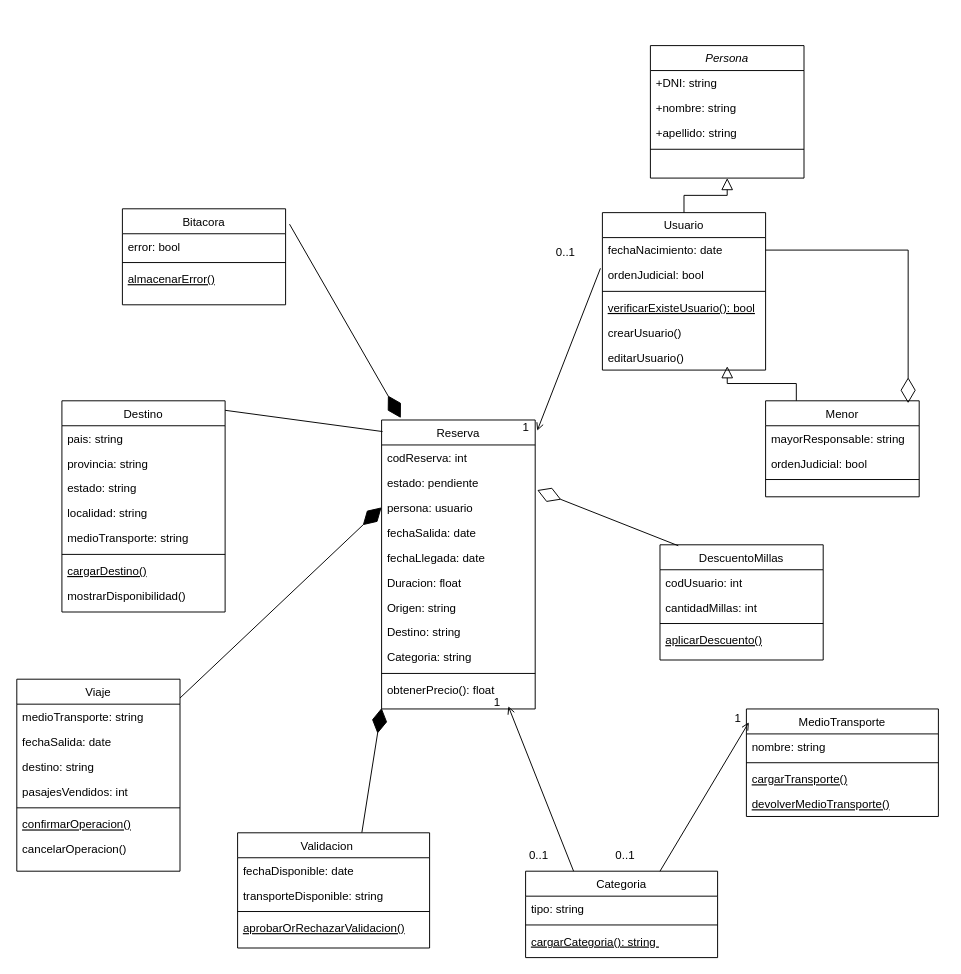
The draw.io diagram diagrama clases examen AyDSII.drawio in phoenix1179/BD, before the edit. Source tidied: cells renumbered, new cells numbered last; positions are measured from the earlier drawing's top-left corner, leaving out a move shared by most shapes. Both pictures are drawn from the tidied source at 96%, with x=0, y=0 at pixel (16, 45).
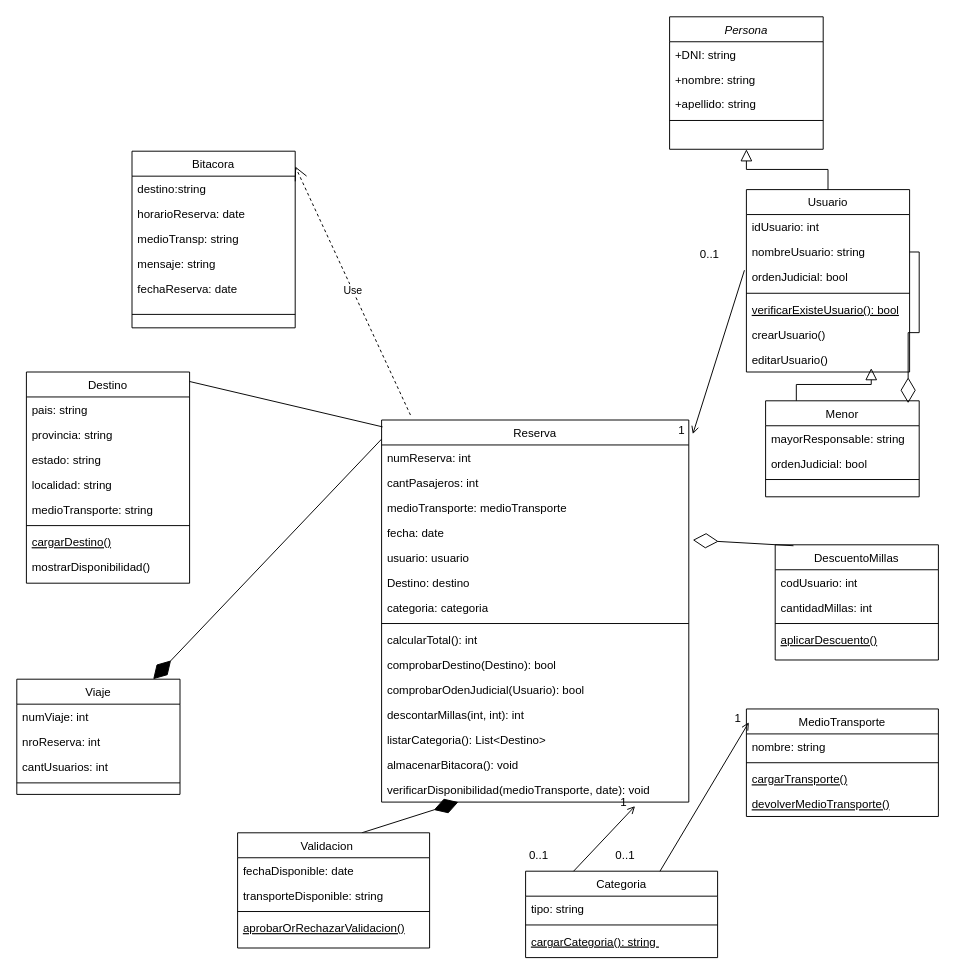
The same diagram, later.

Unchanged cells that the change refers to:
```xml
<mxCell id="65" value="Validacion    " style="swimlane;fontStyle=0;align=center;verticalAlign=top;horizontal=1;startSize=26;rounded=0;shadow=0;strokeWidth=1;" parent="1" vertex="1">
  <mxGeometry x="230" y="820" width="200" height="120" as="geometry" />
</mxCell>
```

The edit, as a diff of the source:
```diff
@@
     <mxCell id="2" value="Persona" style="swimlane;fontStyle=2;align=center;verticalAlign=top;horizontal=1;startSize=26;rounded=0;shadow=0;strokeWidth=1;" parent="1" vertex="1">
-      <mxGeometry x="660" width="160" height="138" as="geometry" />
+      <mxGeometry x="680" y="-30" width="160" height="138" as="geometry" />
     </mxCell>
@@
     <mxCell id="7" value="Usuario" style="swimlane;fontStyle=0;align=center;verticalAlign=top;horizontal=1;startSize=26;rounded=0;shadow=0;strokeWidth=1;" parent="1" vertex="1">
-      <mxGeometry x="610" y="174" width="170" height="164" as="geometry" />
+      <mxGeometry x="760" y="150" width="170" height="190" as="geometry" />
     </mxCell>
+    <mxCell id="87" value="idUsuario: int" style="text;align=left;verticalAlign=top;spacingLeft=4;spacingRight=4;overflow=hidden;" parent="7" vertex="1">
+      <mxGeometry y="26" width="170" height="26" as="geometry" />
+    </mxCell>
-    <mxCell id="8" value="fechaNacimiento: date" style="text;align=left;verticalAlign=top;spacingLeft=4;spacingRight=4;overflow=hidden;points=[[0,0.5],[1,0.5]];portConstraint=eastwest;" parent="7" vertex="1">
-      <mxGeometry y="26" width="170" height="26" as="geometry" />
+    <mxCell id="8" value="nombreUsuario: string" style="text;align=left;verticalAlign=top;spacingLeft=4;spacingRight=4;overflow=hidden;points=[[0,0.5],[1,0.5]];portConstraint=eastwest;" parent="7" vertex="1">
+      <mxGeometry y="52" width="170" height="26" as="geometry" />
     </mxCell>
     <mxCell id="9" value="ordenJudicial: bool" style="text;align=left;verticalAlign=top;spacingLeft=4;spacingRight=4;overflow=hidden;points=[[0,0.5],[1,0.5]];portConstraint=eastwest;rounded=0;shadow=0;html=0;" parent="7" vertex="1">
-      <mxGeometry y="52" width="170" height="26" as="geometry" />
+      <mxGeometry y="78" width="170" height="26" as="geometry" />
     </mxCell>
     <mxCell id="10" style="line;html=1;strokeWidth=1;align=left;verticalAlign=middle;spacingTop=-1;spacingLeft=3;spacingRight=3;labelPosition=right;" parent="7" vertex="1">
-      <mxGeometry y="78" width="170" height="8" as="geometry" />
+      <mxGeometry y="104" width="170" height="8" as="geometry" />
     </mxCell>
     <mxCell id="11" value="verificarExisteUsuario(): bool" style="text;align=left;verticalAlign=top;spacingLeft=4;spacingRight=4;overflow=hidden;fontStyle=4;" parent="7" vertex="1">
-      <mxGeometry y="86" width="170" height="26" as="geometry" />
+      <mxGeometry y="112" width="170" height="26" as="geometry" />
     </mxCell>
     <mxCell id="12" value="crearUsuario()" style="text;align=left;verticalAlign=top;spacingLeft=4;spacingRight=4;overflow=hidden;" parent="7" vertex="1">
-      <mxGeometry y="112" width="170" height="26" as="geometry" />
+      <mxGeometry y="138" width="170" height="26" as="geometry" />
     </mxCell>
     <mxCell id="13" value="editarUsuario()" style="text;align=left;verticalAlign=top;spacingLeft=4;spacingRight=4;overflow=hidden;points=[[0,0.5],[1,0.5]];portConstraint=eastwest;" parent="7" vertex="1">
-      <mxGeometry y="138" width="170" height="26" as="geometry" />
+      <mxGeometry y="164" width="170" height="26" as="geometry" />
     </mxCell>
@@
     <mxCell id="19" value="Reserva" style="swimlane;fontStyle=0;align=center;verticalAlign=top;horizontal=1;startSize=26;rounded=0;shadow=0;strokeWidth=1;" parent="1" vertex="1">
-      <mxGeometry x="380" y="390" width="160" height="301" as="geometry" />
+      <mxGeometry x="380" y="390" width="320" height="398" as="geometry" />
     </mxCell>
-    <mxCell id="20" value="codReserva: int" style="text;align=left;verticalAlign=top;spacingLeft=4;spacingRight=4;overflow=hidden;" parent="19" vertex="1">
-      <mxGeometry y="26" width="160" height="26" as="geometry" />
+    <mxCell id="20" value="numReserva: int" style="text;align=left;verticalAlign=top;spacingLeft=4;spacingRight=4;overflow=hidden;" parent="19" vertex="1">
+      <mxGeometry y="26" width="320" height="26" as="geometry" />
     </mxCell>
+    <mxCell id="88" value="cantPasajeros: int" style="text;align=left;verticalAlign=top;spacingLeft=4;spacingRight=4;overflow=hidden;" parent="19" vertex="1">
+      <mxGeometry y="52" width="320" height="26" as="geometry" />
+    </mxCell>
+    <mxCell id="89" value="medioTransporte: medioTransporte" style="text;align=left;verticalAlign=top;spacingLeft=4;spacingRight=4;overflow=hidden;" parent="19" vertex="1">
+      <mxGeometry y="78" width="320" height="26" as="geometry" />
+    </mxCell>
-    <mxCell id="21" value="estado: pendiente" style="text;align=left;verticalAlign=top;spacingLeft=4;spacingRight=4;overflow=hidden;points=[[0,0.5],[1,0.5]];portConstraint=eastwest;rounded=0;shadow=0;html=0;" parent="19" vertex="1">
-      <mxGeometry y="52" width="160" height="26" as="geometry" />
+    <mxCell id="21" value="fecha: date" style="text;align=left;verticalAlign=top;spacingLeft=4;spacingRight=4;overflow=hidden;points=[[0,0.5],[1,0.5]];portConstraint=eastwest;rounded=0;shadow=0;html=0;" parent="19" vertex="1">
+      <mxGeometry y="104" width="320" height="26" as="geometry" />
     </mxCell>
-    <mxCell id="22" value="persona: usuario" style="text;align=left;verticalAlign=top;spacingLeft=4;spacingRight=4;overflow=hidden;points=[[0,0.5],[1,0.5]];portConstraint=eastwest;rounded=0;shadow=0;html=0;" parent="19" vertex="1">
-      <mxGeometry y="78" width="160" height="26" as="geometry" />
+    <mxCell id="22" value="usuario: usuario" style="text;align=left;verticalAlign=top;spacingLeft=4;spacingRight=4;overflow=hidden;points=[[0,0.5],[1,0.5]];portConstraint=eastwest;rounded=0;shadow=0;html=0;" parent="19" vertex="1">
+      <mxGeometry y="130" width="320" height="26" as="geometry" />
     </mxCell>
-    <mxCell id="23" value="fechaSalida: date" style="text;align=left;verticalAlign=top;spacingLeft=4;spacingRight=4;overflow=hidden;rounded=0;shadow=0;html=0;" parent="19" vertex="1">
-      <mxGeometry y="104" width="160" height="26" as="geometry" />
-    </mxCell>
-    <mxCell id="24" value="fechaLlegada: date" style="text;align=left;verticalAlign=top;spacingLeft=4;spacingRight=4;overflow=hidden;rounded=0;shadow=0;html=0;" parent="19" vertex="1">
-      <mxGeometry y="130" width="160" height="26" as="geometry" />
-    </mxCell>
-    <mxCell id="25" value="Duracion: float" style="text;align=left;verticalAlign=top;spacingLeft=4;spacingRight=4;overflow=hidden;rounded=0;shadow=0;html=0;" parent="19" vertex="1">
-      <mxGeometry y="156" width="160" height="26" as="geometry" />
-    </mxCell>
-    <mxCell id="26" value="Origen: string" style="text;align=left;verticalAlign=top;spacingLeft=4;spacingRight=4;overflow=hidden;rounded=0;shadow=0;html=0;" parent="19" vertex="1">
-      <mxGeometry y="182" width="160" height="26" as="geometry" />
-    </mxCell>
-    <mxCell id="27" value="Destino: string" style="text;align=left;verticalAlign=top;spacingLeft=4;spacingRight=4;overflow=hidden;rounded=0;shadow=0;html=0;" parent="19" vertex="1">
-      <mxGeometry y="208" width="160" height="26" as="geometry" />
+    <mxCell id="27" value="Destino: destino" style="text;align=left;verticalAlign=top;spacingLeft=4;spacingRight=4;overflow=hidden;rounded=0;shadow=0;html=0;" parent="19" vertex="1">
+      <mxGeometry y="156" width="320" height="26" as="geometry" />
     </mxCell>
-    <mxCell id="28" value="Categoria: string" style="text;align=left;verticalAlign=top;spacingLeft=4;spacingRight=4;overflow=hidden;rounded=0;shadow=0;html=0;" parent="19" vertex="1">
-      <mxGeometry y="234" width="160" height="26" as="geometry" />
+    <mxCell id="28" value="categoria: categoria" style="text;align=left;verticalAlign=top;spacingLeft=4;spacingRight=4;overflow=hidden;rounded=0;shadow=0;html=0;" parent="19" vertex="1">
+      <mxGeometry y="182" width="320" height="26" as="geometry" />
     </mxCell>
     <mxCell id="29" style="line;html=1;strokeWidth=1;align=left;verticalAlign=middle;spacingTop=-1;spacingLeft=3;spacingRight=3;labelPosition=right;" parent="19" vertex="1">
-      <mxGeometry y="260" width="160" height="8" as="geometry" />
+      <mxGeometry y="208" width="320" height="8" as="geometry" />
     </mxCell>
+    <mxCell id="90" value="calcularTotal(): int" style="text;align=left;verticalAlign=top;spacingLeft=4;spacingRight=4;overflow=hidden;" parent="19" vertex="1">
+      <mxGeometry y="216" width="320" height="26" as="geometry" />
+    </mxCell>
+    <mxCell id="91" value="comprobarDestino(Destino): bool" style="text;align=left;verticalAlign=top;spacingLeft=4;spacingRight=4;overflow=hidden;" parent="19" vertex="1">
+      <mxGeometry y="242" width="320" height="26" as="geometry" />
+    </mxCell>
+    <mxCell id="92" value="comprobarOdenJudicial(Usuario): bool" style="text;align=left;verticalAlign=top;spacingLeft=4;spacingRight=4;overflow=hidden;" parent="19" vertex="1">
+      <mxGeometry y="268" width="320" height="26" as="geometry" />
+    </mxCell>
+    <mxCell id="93" value="descontarMillas(int, int): int" style="text;align=left;verticalAlign=top;spacingLeft=4;spacingRight=4;overflow=hidden;" parent="19" vertex="1">
+      <mxGeometry y="294" width="320" height="26" as="geometry" />
+    </mxCell>
+    <mxCell id="94" value="listarCategoria(): List&lt;Destino&gt;" style="text;align=left;verticalAlign=top;spacingLeft=4;spacingRight=4;overflow=hidden;" parent="19" vertex="1">
+      <mxGeometry y="320" width="320" height="26" as="geometry" />
+    </mxCell>
+    <mxCell id="95" value="almacenarBitacora(): void" style="text;align=left;verticalAlign=top;spacingLeft=4;spacingRight=4;overflow=hidden;" parent="19" vertex="1">
+      <mxGeometry y="346" width="320" height="26" as="geometry" />
+    </mxCell>
-    <mxCell id="30" value="obtenerPrecio(): float" style="text;align=left;verticalAlign=top;spacingLeft=4;spacingRight=4;overflow=hidden;points=[[0,0.5],[1,0.5]];portConstraint=eastwest;" parent="19" vertex="1">
-      <mxGeometry y="268" width="160" height="26" as="geometry" />
+    <mxCell id="30" value="verificarDisponibilidad(medioTransporte, date): void" style="text;align=left;verticalAlign=top;spacingLeft=4;spacingRight=4;overflow=hidden;points=[[0,0.5],[1,0.5]];portConstraint=eastwest;" parent="19" vertex="1">
+      <mxGeometry y="372" width="320" height="26" as="geometry" />
     </mxCell>
@@
-    <mxCell id="35" style="endArrow=diamondThin;endFill=1;endSize=24;html=1;rounded=0;entryX=0.125;entryY=-0.007;entryDx=0;entryDy=0;entryPerimeter=0;exitX=1.024;exitY=0.16;exitDx=0;exitDy=0;exitPerimeter=0;" parent="1" edge="1" source="36" target="19">
-      <mxGeometry relative="1" as="geometry" />
-    </mxCell>
     <mxCell id="36" value="Bitacora" style="swimlane;fontStyle=0;align=center;verticalAlign=top;horizontal=1;startSize=26;rounded=0;shadow=0;strokeWidth=1;" parent="1" vertex="1">
-      <mxGeometry x="110" y="170" width="170" height="100" as="geometry" />
+      <mxGeometry x="120" y="110" width="170" height="184" as="geometry" />
     </mxCell>
-    <mxCell id="37" value="error: bool" style="text;align=left;verticalAlign=top;spacingLeft=4;spacingRight=4;overflow=hidden;" parent="36" vertex="1">
-      <mxGeometry y="26" width="170" height="26" as="geometry" />
-    </mxCell>
+    <mxCell id="96" value="destino:string" style="text;align=left;verticalAlign=top;spacingLeft=4;spacingRight=4;overflow=hidden;" parent="36" vertex="1">
+      <mxGeometry y="26" width="170" height="26" as="geometry" />
+    </mxCell>
+    <mxCell id="97" value="horarioReserva: date" style="text;align=left;verticalAlign=top;spacingLeft=4;spacingRight=4;overflow=hidden;" parent="36" vertex="1">
+      <mxGeometry y="52" width="170" height="26" as="geometry" />
+    </mxCell>
+    <mxCell id="98" value="medioTransp: string&#10;" style="text;align=left;verticalAlign=top;spacingLeft=4;spacingRight=4;overflow=hidden;" parent="36" vertex="1">
+      <mxGeometry y="78" width="170" height="26" as="geometry" />
+    </mxCell>
+    <mxCell id="99" value="mensaje: string" style="text;align=left;verticalAlign=top;spacingLeft=4;spacingRight=4;overflow=hidden;" parent="36" vertex="1">
+      <mxGeometry y="104" width="170" height="26" as="geometry" />
+    </mxCell>
+    <mxCell id="100" value="fechaReserva: date" style="text;align=left;verticalAlign=top;spacingLeft=4;spacingRight=4;overflow=hidden;" parent="36" vertex="1">
+      <mxGeometry y="130" width="170" height="26" as="geometry" />
+    </mxCell>
     <mxCell id="38" style="line;html=1;strokeWidth=1;align=left;verticalAlign=middle;spacingTop=-1;spacingLeft=3;spacingRight=3;labelPosition=right;" parent="36" vertex="1">
-      <mxGeometry y="52" width="170" height="8" as="geometry" />
+      <mxGeometry y="156" width="170" height="28" as="geometry" />
     </mxCell>
-    <mxCell id="39" value="almacenarError()" style="text;align=left;verticalAlign=top;spacingLeft=4;spacingRight=4;overflow=hidden;fontStyle=4;" parent="36" vertex="1">
-      <mxGeometry y="60" width="170" height="26" as="geometry" />
-    </mxCell>
     <mxCell id="40" value="Destino" style="swimlane;fontStyle=0;align=center;verticalAlign=top;horizontal=1;startSize=26;rounded=0;shadow=0;strokeWidth=1;" parent="1" vertex="1">
-      <mxGeometry x="47" y="370" width="170" height="220" as="geometry" />
+      <mxGeometry x="10" y="340" width="170" height="220" as="geometry" />
     </mxCell>
@@
-    <mxCell id="49" style="endArrow=none;html=1;rounded=0;exitX=1;exitY=0.045;exitDx=0;exitDy=0;exitPerimeter=0;entryX=0.006;entryY=0.04;entryDx=0;entryDy=0;entryPerimeter=0;" parent="1" edge="1" source="40" target="19">
+    <mxCell id="49" style="endArrow=none;html=1;rounded=0;exitX=1;exitY=0.045;exitDx=0;exitDy=0;exitPerimeter=0;entryX=0.003;entryY=0.018;entryDx=0;entryDy=0;entryPerimeter=0;" parent="1" edge="1" source="40" target="19">
       <mxGeometry relative="1" as="geometry" />
     </mxCell>
-    <mxCell id="50" style="endArrow=diamondThin;endFill=1;endSize=24;html=1;rounded=0;entryX=0;entryY=0.5;entryDx=0;entryDy=0;" parent="1" edge="1" source="51" target="22">
+    <mxCell id="50" style="endArrow=diamondThin;endFill=1;endSize=24;html=1;rounded=0;exitX=0;exitY=0.05;exitDx=0;exitDy=0;exitPerimeter=0;" parent="1" edge="1" source="19" target="51">
       <mxGeometry relative="1" as="geometry" />
     </mxCell>
     <mxCell id="51" value="Viaje" style="swimlane;fontStyle=0;align=center;verticalAlign=top;horizontal=1;startSize=26;rounded=0;shadow=0;strokeWidth=1;" parent="1" vertex="1">
-      <mxGeometry y="660" width="170" height="200" as="geometry" />
+      <mxGeometry y="660" width="170" height="120" as="geometry" />
     </mxCell>
-    <mxCell id="52" value="medioTransporte: string" style="text;align=left;verticalAlign=top;spacingLeft=4;spacingRight=4;overflow=hidden;" parent="51" vertex="1">
-      <mxGeometry y="26" width="170" height="26" as="geometry" />
-    </mxCell>
-    <mxCell id="53" value="fechaSalida: date" style="text;align=left;verticalAlign=top;spacingLeft=4;spacingRight=4;overflow=hidden;rounded=0;shadow=0;html=0;" parent="51" vertex="1">
-      <mxGeometry y="52" width="170" height="26" as="geometry" />
-    </mxCell>
-    <mxCell id="54" value="destino: string" style="text;align=left;verticalAlign=top;spacingLeft=4;spacingRight=4;overflow=hidden;rounded=0;shadow=0;html=0;" parent="51" vertex="1">
-      <mxGeometry y="78" width="170" height="26" as="geometry" />
-    </mxCell>
+    <mxCell id="101" value="numViaje: int" style="text;align=left;verticalAlign=top;spacingLeft=4;spacingRight=4;overflow=hidden;" parent="51" vertex="1">
+      <mxGeometry y="26" width="170" height="26" as="geometry" />
+    </mxCell>
+    <mxCell id="102" value="nroReserva: int" style="text;align=left;verticalAlign=top;spacingLeft=4;spacingRight=4;overflow=hidden;" parent="51" vertex="1">
+      <mxGeometry y="52" width="170" height="26" as="geometry" />
+    </mxCell>
-    <mxCell id="55" value="pasajesVendidos: int" style="text;align=left;verticalAlign=top;spacingLeft=4;spacingRight=4;overflow=hidden;rounded=0;shadow=0;html=0;" parent="51" vertex="1">
-      <mxGeometry y="104" width="170" height="26" as="geometry" />
+    <mxCell id="55" value="cantUsuarios: int" style="text;align=left;verticalAlign=top;spacingLeft=4;spacingRight=4;overflow=hidden;rounded=0;shadow=0;html=0;" parent="51" vertex="1">
+      <mxGeometry y="78" width="170" height="26" as="geometry" />
     </mxCell>
     <mxCell id="56" style="line;html=1;strokeWidth=1;align=left;verticalAlign=middle;spacingTop=-1;spacingLeft=3;spacingRight=3;labelPosition=right;" parent="51" vertex="1">
-      <mxGeometry y="130" width="170" height="8" as="geometry" />
+      <mxGeometry y="104" width="170" height="8" as="geometry" />
     </mxCell>
-    <mxCell id="57" value="confirmarOperacion()" style="text;align=left;verticalAlign=top;spacingLeft=4;spacingRight=4;overflow=hidden;fontStyle=4;" parent="51" vertex="1">
-      <mxGeometry y="138" width="170" height="26" as="geometry" />
-    </mxCell>
-    <mxCell id="58" value="cancelarOperacion()" style="text;align=left;verticalAlign=top;spacingLeft=4;spacingRight=4;overflow=hidden;" parent="51" vertex="1">
-      <mxGeometry y="164" width="170" height="26" as="geometry" />
-    </mxCell>
-    <mxCell id="59" style="endArrow=diamondThin;endFill=1;endSize=24;html=1;rounded=0;exitX=0.647;exitY=0;exitDx=0;exitDy=0;exitPerimeter=0;" parent="1" edge="1" source="65">
-      <mxGeometry relative="1" as="geometry">
-        <mxPoint x="380" y="690" as="targetPoint" />
-      </mxGeometry>
+    <mxCell id="59" style="endArrow=diamondThin;endFill=1;endSize=24;html=1;rounded=0;exitX=0.647;exitY=0;exitDx=0;exitDy=0;exitPerimeter=0;entryX=0.25;entryY=1;entryDx=0;entryDy=0;" parent="1" edge="1" source="65" target="19">
+      <mxGeometry relative="1" as="geometry" />
     </mxCell>
     <mxCell id="60" value="DescuentoMillas" style="swimlane;fontStyle=0;align=center;verticalAlign=top;horizontal=1;startSize=26;rounded=0;shadow=0;strokeWidth=1;" parent="1" vertex="1">
-      <mxGeometry x="670" y="520" width="170" height="120" as="geometry" />
+      <mxGeometry x="790" y="520" width="170" height="120" as="geometry" />
     </mxCell>
@@
+    <mxCell id="103" value="Use" style="endArrow=open;endSize=12;dashed=1;html=1;rounded=0;exitX=0.094;exitY=-0.013;exitDx=0;exitDy=0;exitPerimeter=0;entryX=1;entryY=0.086;entryDx=0;entryDy=0;entryPerimeter=0;" parent="1" edge="1" source="19" target="36">
+      <mxGeometry relative="1" as="geometry" />
+    </mxCell>
```
